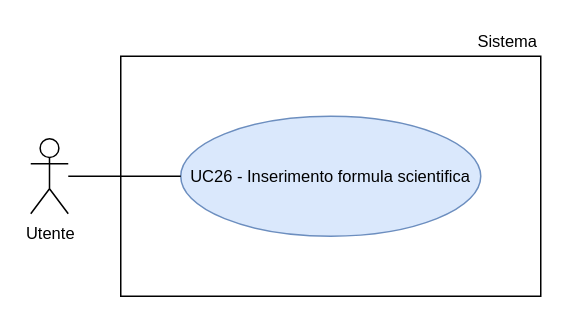
Earlier version of the draw.io diagram RTB/doc_esterna/analisi-dei-requisiti/assets/draw.io/UC26.drawio (thebitless-group-swe/thebitless.github.io). Source tidied: cells renumbered, new cells numbered last; positions are measured from the earlier drawing's top-left corner, leaving out a move shared by most shapes. Both pictures are drawn from the tidied source at 150%, with x=0, y=0 at pixel (30, 26).
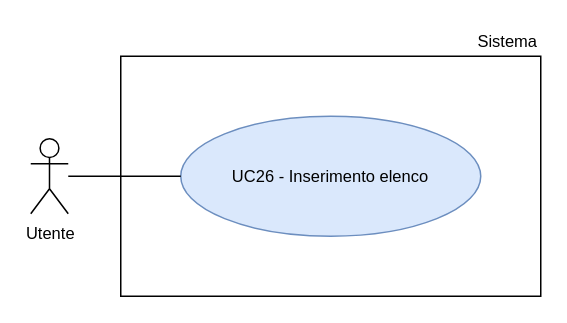
After the change.

Change to the diagram source:
```diff
@@
 <mxGraphModel>
   <root>
     <mxCell id="0" />
     <mxCell id="1" parent="0" />
     <mxCell id="2" value="Utente" style="shape=umlActor;verticalLabelPosition=bottom;verticalAlign=top;html=1;outlineConnect=0;fontSize=11;" parent="1" vertex="1">
       <mxGeometry y="75" width="25" height="50" as="geometry" />
     </mxCell>
     <mxCell id="3" style="rounded=0;whiteSpace=wrap;html=1;strokeWidth=1;" parent="1" vertex="1">
       <mxGeometry x="60" y="20" width="280" height="160" as="geometry" />
     </mxCell>
     <mxCell id="4" value="Sistema" style="text;html=1;whiteSpace=wrap;strokeColor=none;fillColor=none;align=right;verticalAlign=middle;fontSize=11;" parent="1" vertex="1">
       <mxGeometry x="270" width="70" height="20" as="geometry" />
     </mxCell>
-    <mxCell id="5" value="UC26 - Inserimento formula scientifica" style="ellipse;whiteSpace=wrap;html=1;fillColor=#dae8fc;strokeColor=#6c8ebf;fontSize=11;" parent="1" vertex="1">
+    <mxCell id="5" value="UC26 - Inserimento elenco" style="ellipse;whiteSpace=wrap;html=1;fillColor=#dae8fc;strokeColor=#6c8ebf;fontSize=11;" parent="1" vertex="1">
       <mxGeometry x="100" y="60" width="200" height="80" as="geometry" />
     </mxCell>
     <mxCell id="6" style="edgeStyle=none;rounded=0;jettySize=auto;html=1;endArrow=none;endFill=0;" parent="1" edge="1" source="2" target="5">
       <mxGeometry relative="1" as="geometry" />
     </mxCell>
   </root>
 </mxGraphModel>
```
